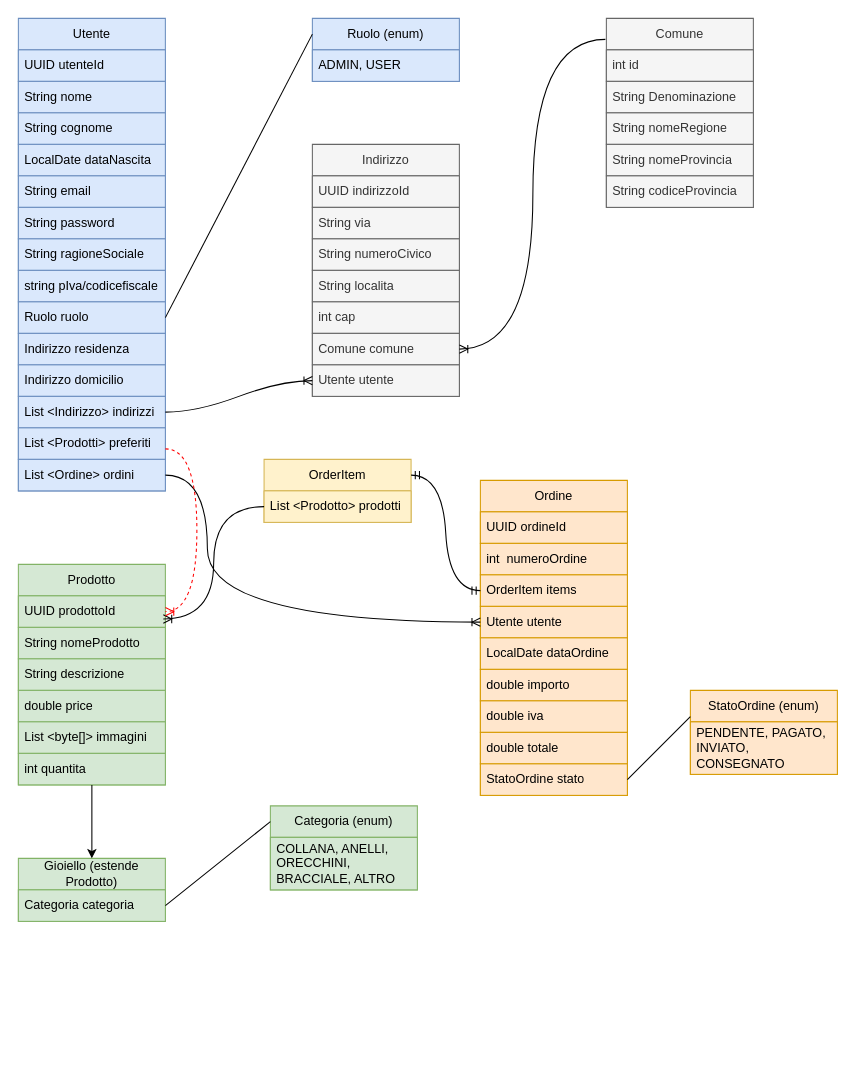
The draw.io diagram Diagramma_Classi_Capstone.drawio in WalterBarbieri/Corso_Epicode_Capstone_Project, before the edit. Source tidied: cells renumbered, new cells numbered last; positions are measured from the earlier drawing's top-left corner, leaving out a move shared by most shapes. Both pictures are drawn from the tidied source at 105%, with x=0, y=0 at pixel (18, 18).
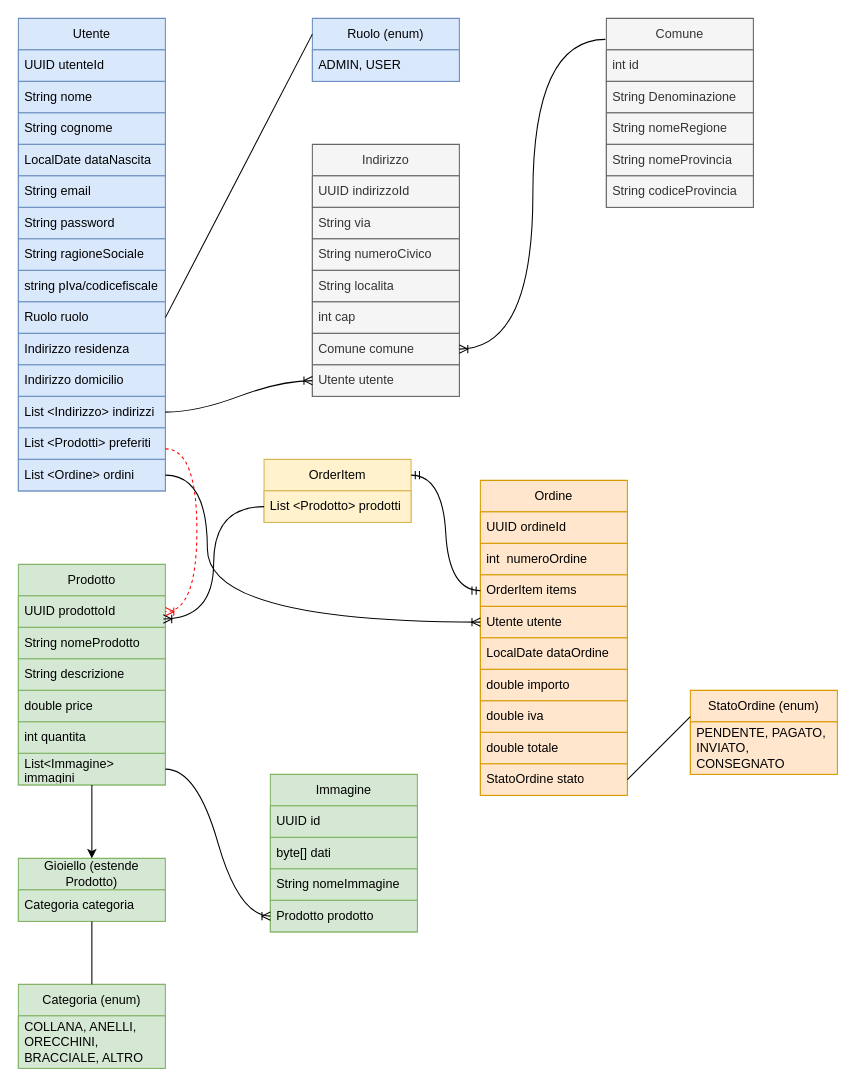
The same page after the edit.

The change refers to these unchanged cells:
```xml
<mxCell id="36" value="Prodotto" style="swimlane;fontStyle=0;horizontal=1;startSize=30;whiteSpace=wrap;html=1;fillColor=#d5e8d4;strokeColor=#82b366;" parent="1" vertex="1">
  <mxGeometry y="520" width="140" height="210" as="geometry" />
</mxCell>
<mxCell id="43" value="Gioiello (estende Prodotto)" style="swimlane;fontStyle=0;horizontal=1;startSize=30;whiteSpace=wrap;html=1;fillColor=#d5e8d4;strokeColor=#82b366;" parent="1" vertex="1">
  <mxGeometry y="800" width="140" height="60" as="geometry" />
</mxCell>
```

What changed in the source:
```diff
@@
+    <mxCell id="42" value="int quantita" style="text;strokeColor=#82b366;fillColor=#d5e8d4;align=left;verticalAlign=middle;spacingLeft=4;spacingRight=4;overflow=hidden;whiteSpace=wrap;html=1;" parent="36" vertex="1">
+      <mxGeometry y="150" width="140" height="30" as="geometry" />
+    </mxCell>
-    <mxCell id="41" value="List &amp;lt;byte[]&amp;gt; immagini" style="text;strokeColor=#82b366;fillColor=#d5e8d4;align=left;verticalAlign=middle;spacingLeft=4;spacingRight=4;overflow=hidden;points=[[0,0.5],[1,0.5]];portConstraint=eastwest;whiteSpace=wrap;html=1;" parent="36" vertex="1">
-      <mxGeometry y="150" width="140" height="30" as="geometry" />
+    <mxCell id="41" value="List&amp;lt;Immagine&amp;gt; immagini" style="text;strokeColor=#82b366;fillColor=#d5e8d4;align=left;verticalAlign=middle;spacingLeft=4;spacingRight=4;overflow=hidden;points=[[0,0.5],[1,0.5]];portConstraint=eastwest;whiteSpace=wrap;html=1;" parent="36" vertex="1">
+      <mxGeometry y="180" width="140" height="30" as="geometry" />
     </mxCell>
-    <mxCell id="42" value="int quantita" style="text;strokeColor=#82b366;fillColor=#d5e8d4;align=left;verticalAlign=middle;spacingLeft=4;spacingRight=4;overflow=hidden;whiteSpace=wrap;html=1;" parent="36" vertex="1">
-      <mxGeometry y="180" width="140" height="30" as="geometry" />
-    </mxCell>
@@
     <mxCell id="46" value="Categoria (enum)" style="swimlane;fontStyle=0;horizontal=1;startSize=30;whiteSpace=wrap;html=1;fillColor=#d5e8d4;strokeColor=#82b366;" parent="1" vertex="1">
-      <mxGeometry x="240" y="750" width="140" height="80" as="geometry" />
+      <mxGeometry y="920" width="140" height="80" as="geometry" />
     </mxCell>
@@
-    <mxCell id="48" style="endArrow=none;html=1;rounded=0;exitX=1;exitY=0.75;exitDx=0;exitDy=0;entryX=0;entryY=0.188;entryDx=0;entryDy=0;entryPerimeter=0;" parent="1" edge="1" source="43" target="46">
+    <mxCell id="48" style="endArrow=none;html=1;rounded=0;entryX=0.5;entryY=0;entryDx=0;entryDy=0;exitX=0.5;exitY=1;exitDx=0;exitDy=0;" parent="1" edge="1" source="43" target="46">
       <mxGeometry relative="1" as="geometry" />
     </mxCell>
@@
+    <mxCell id="68" value="Immagine" style="swimlane;fontStyle=0;horizontal=1;startSize=30;whiteSpace=wrap;html=1;fillColor=#d5e8d4;strokeColor=#82b366;" parent="1" vertex="1">
+      <mxGeometry x="240" y="720" width="140" height="150" as="geometry" />
+    </mxCell>
+    <mxCell id="69" value="UUID id" style="text;strokeColor=#82b366;fillColor=#d5e8d4;align=left;verticalAlign=middle;spacingLeft=4;spacingRight=4;overflow=hidden;whiteSpace=wrap;html=1;" parent="68" vertex="1">
+      <mxGeometry y="30" width="140" height="30" as="geometry" />
+    </mxCell>
+    <mxCell id="70" value="byte[] dati" style="text;strokeColor=#82b366;fillColor=#d5e8d4;align=left;verticalAlign=middle;spacingLeft=4;spacingRight=4;overflow=hidden;whiteSpace=wrap;html=1;" parent="68" vertex="1">
+      <mxGeometry y="60" width="140" height="30" as="geometry" />
+    </mxCell>
+    <mxCell id="71" value="String nomeImmagine" style="text;strokeColor=#82b366;fillColor=#d5e8d4;align=left;verticalAlign=middle;spacingLeft=4;spacingRight=4;overflow=hidden;whiteSpace=wrap;html=1;" parent="68" vertex="1">
+      <mxGeometry y="90" width="140" height="30" as="geometry" />
+    </mxCell>
+    <mxCell id="72" value="Prodotto prodotto" style="text;strokeColor=#82b366;fillColor=#d5e8d4;align=left;verticalAlign=middle;spacingLeft=4;spacingRight=4;overflow=hidden;points=[[0,0.5],[1,0.5]];portConstraint=eastwest;whiteSpace=wrap;html=1;" parent="68" vertex="1">
+      <mxGeometry y="120" width="140" height="30" as="geometry" />
+    </mxCell>
+    <mxCell id="73" style="edgeStyle=entityRelationEdgeStyle;fontSize=12;html=1;endArrow=ERoneToMany;exitX=1;exitY=0.5;exitDx=0;exitDy=0;entryX=0;entryY=0.5;entryDx=0;entryDy=0;curved=1;" parent="1" edge="1" source="41" target="72">
+      <mxGeometry relative="1" as="geometry" />
+    </mxCell>
```
